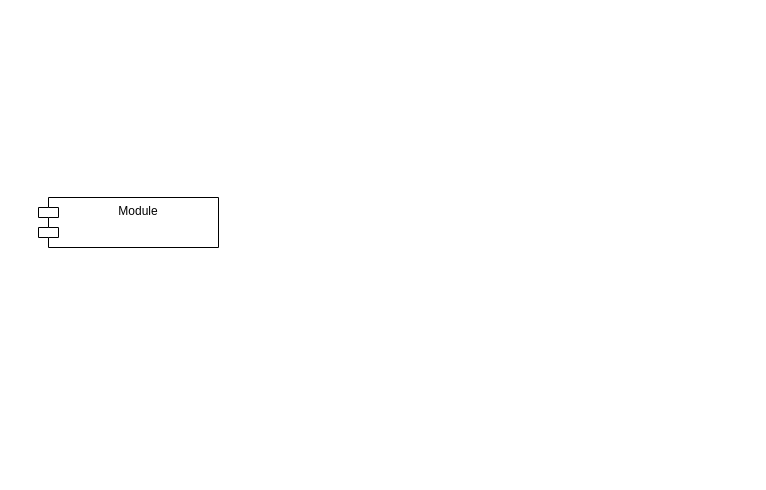
Before: 5-購票流程.drawio in wei0728/UML-diagram, a draw.io diagram. Source tidied: cells renumbered, new cells numbered last; positions are measured from the earlier drawing's top-left corner, leaving out a move shared by most shapes. Both pictures are drawn from the tidied source at 100%, with x=0, y=0 at pixel (38, 197).
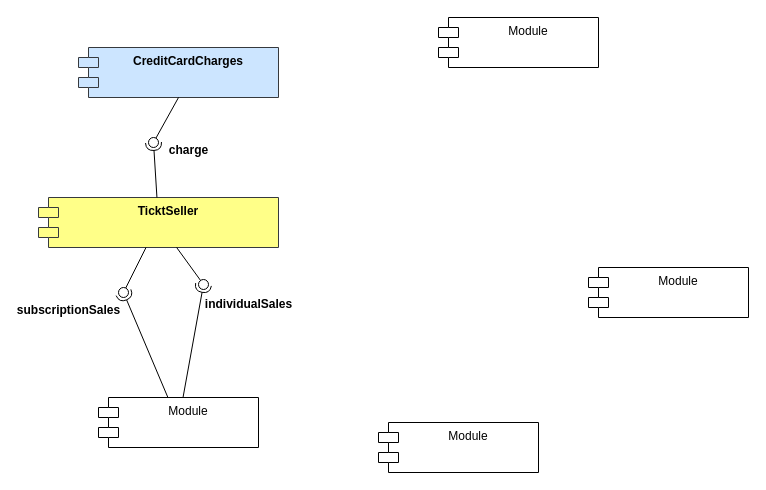
After the change.

Commit message (it also covers changes not shown here):
更新5-購票流程.drawio

The edit, as a diff of the source:
```diff
@@
 <mxGraphModel>
   <root>
     <mxCell id="0" />
     <mxCell id="1" parent="0" />
-    <mxCell id="2" value="Module" style="shape=module;align=left;spacingLeft=20;align=center;verticalAlign=top;whiteSpace=wrap;html=1;" parent="1" vertex="1">
-      <mxGeometry width="180" height="50" as="geometry" />
+    <mxCell id="2" value="TicktSeller" style="shape=module;align=right;spacingLeft=20;align=center;verticalAlign=top;whiteSpace=wrap;html=1;fillColor=#ffff88;strokeColor=#36393d;fontStyle=1;" parent="1" vertex="1">
+      <mxGeometry width="240" height="50" as="geometry" />
     </mxCell>
+    <mxCell id="3" value="&lt;b&gt;CreditCardCharges&lt;/b&gt;" style="shape=module;align=left;spacingLeft=20;align=center;verticalAlign=top;whiteSpace=wrap;html=1;fillColor=#cce5ff;strokeColor=#36393d;" parent="1" vertex="1">
+      <mxGeometry x="40" y="-150" width="200" height="50" as="geometry" />
+    </mxCell>
+    <mxCell id="4" value="Module" style="shape=module;align=left;spacingLeft=20;align=center;verticalAlign=top;whiteSpace=wrap;html=1;" parent="1" vertex="1">
+      <mxGeometry x="400" y="-180" width="160" height="50" as="geometry" />
+    </mxCell>
+    <mxCell id="5" value="Module" style="shape=module;align=left;spacingLeft=20;align=center;verticalAlign=top;whiteSpace=wrap;html=1;" parent="1" vertex="1">
+      <mxGeometry x="60" y="200" width="160" height="50" as="geometry" />
+    </mxCell>
+    <mxCell id="6" value="Module" style="shape=module;align=left;spacingLeft=20;align=center;verticalAlign=top;whiteSpace=wrap;html=1;" parent="1" vertex="1">
+      <mxGeometry x="340" y="225" width="160" height="50" as="geometry" />
+    </mxCell>
+    <mxCell id="7" value="Module" style="shape=module;align=left;spacingLeft=20;align=center;verticalAlign=top;whiteSpace=wrap;html=1;" parent="1" vertex="1">
+      <mxGeometry x="550" y="70" width="160" height="50" as="geometry" />
+    </mxCell>
+    <mxCell id="8" style="rounded=0;jettySize=auto;html=1;endArrow=halfCircle;endFill=0;endSize=6;strokeWidth=1;sketch=0;" parent="1" edge="1" source="5" target="10">
+      <mxGeometry relative="1" as="geometry" />
+    </mxCell>
+    <mxCell id="9" style="rounded=0;jettySize=auto;html=1;endArrow=oval;endFill=0;sketch=0;sourcePerimeterSpacing=0;targetPerimeterSpacing=0;endSize=10;" parent="1" edge="1" source="2" target="10">
+      <mxGeometry relative="1" as="geometry" />
+    </mxCell>
+    <mxCell id="10" style="ellipse;whiteSpace=wrap;html=1;align=center;fillColor=none;strokeColor=none;perimeter=centerPerimeter;points=[];outlineConnect=1;" parent="1" vertex="1">
+      <mxGeometry x="80" y="90" width="10" height="10" as="geometry" />
+    </mxCell>
+    <mxCell id="11" style="rounded=0;jettySize=auto;html=1;endArrow=halfCircle;endFill=0;endSize=6;strokeWidth=1;sketch=0;" parent="1" edge="1" source="5" target="13">
+      <mxGeometry relative="1" as="geometry" />
+    </mxCell>
+    <mxCell id="12" style="rounded=0;jettySize=auto;html=1;endArrow=oval;endFill=0;sketch=0;sourcePerimeterSpacing=0;targetPerimeterSpacing=0;endSize=10;" parent="1" edge="1" source="2" target="13">
+      <mxGeometry relative="1" as="geometry" />
+    </mxCell>
+    <mxCell id="13" style="ellipse;whiteSpace=wrap;html=1;align=center;fillColor=none;strokeColor=none;perimeter=centerPerimeter;points=[];outlineConnect=1;" parent="1" vertex="1">
+      <mxGeometry x="160" y="82" width="10" height="10" as="geometry" />
+    </mxCell>
+    <mxCell id="14" value="subscriptionSales" style="text;align=center;fontStyle=1;verticalAlign=middle;spacingLeft=3;spacingRight=3;strokeColor=none;html=1;" parent="1" vertex="1">
+      <mxGeometry x="-10" y="100" width="80" height="26" as="geometry" />
+    </mxCell>
+    <mxCell id="15" value="individualSales" style="text;align=center;fontStyle=1;verticalAlign=middle;spacingLeft=3;spacingRight=3;strokeColor=none;html=1;" parent="1" vertex="1">
+      <mxGeometry x="170" y="94" width="80" height="26" as="geometry" />
+    </mxCell>
+    <mxCell id="16" style="rounded=0;jettySize=auto;html=1;endArrow=halfCircle;endFill=0;endSize=6;strokeWidth=1;sketch=0;" parent="1" edge="1" source="2" target="18">
+      <mxGeometry relative="1" as="geometry" />
+    </mxCell>
+    <mxCell id="17" style="rounded=0;jettySize=auto;html=1;endArrow=oval;endFill=0;sketch=0;sourcePerimeterSpacing=0;targetPerimeterSpacing=0;endSize=10;exitX=0.5;exitY=1;exitDx=0;exitDy=0;" parent="1" edge="1" source="3" target="18">
+      <mxGeometry relative="1" as="geometry" />
+    </mxCell>
+    <mxCell id="18" style="ellipse;whiteSpace=wrap;html=1;align=center;fillColor=none;strokeColor=none;perimeter=centerPerimeter;points=[];outlineConnect=1;" parent="1" vertex="1">
+      <mxGeometry x="110" y="-60" width="10" height="10" as="geometry" />
+    </mxCell>
+    <mxCell id="19" value="charge" style="text;align=center;fontStyle=1;verticalAlign=middle;spacingLeft=3;spacingRight=3;strokeColor=none;html=1;" parent="1" vertex="1">
+      <mxGeometry x="110" y="-60" width="80" height="26" as="geometry" />
+    </mxCell>
   </root>
 </mxGraphModel>
```
